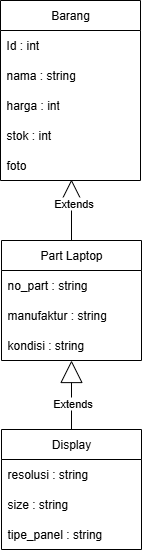
Before: Diagram_TP2DPBO.png, a diagram exported from draw.io (Shinbazakura/TP2DPBO2425C1). Source tidied: cells renumbered, new cells last; positions are measured from the earlier drawing's top-left corner, leaving out a move shared by most shapes. Source of this version:
```xml
<mxGraphModel>
  <root>
    <mxCell id="0" />
    <mxCell id="1" parent="0" />
    <mxCell id="2" value="Barang" style="swimlane;fontStyle=0;horizontal=1;startSize=30;whiteSpace=wrap;html=1;" parent="1" vertex="1">
      <mxGeometry width="140" height="180" as="geometry" />
    </mxCell>
    <mxCell id="3" value="Id : int" style="text;strokeColor=none;fillColor=none;align=left;verticalAlign=middle;spacingLeft=4;spacingRight=4;overflow=hidden;whiteSpace=wrap;html=1;" parent="2" vertex="1">
      <mxGeometry y="30" width="140" height="30" as="geometry" />
    </mxCell>
    <mxCell id="4" value="nama : string" style="text;strokeColor=none;fillColor=none;align=left;verticalAlign=middle;spacingLeft=4;spacingRight=4;overflow=hidden;whiteSpace=wrap;html=1;" parent="2" vertex="1">
      <mxGeometry y="60" width="140" height="30" as="geometry" />
    </mxCell>
    <mxCell id="5" value="h&lt;span style=&quot;background-color: transparent; color: light-dark(rgb(0, 0, 0), rgb(255, 255, 255));&quot;&gt;arga : int&lt;/span&gt;" style="text;strokeColor=none;fillColor=none;align=left;verticalAlign=middle;spacingLeft=4;spacingRight=4;overflow=hidden;whiteSpace=wrap;html=1;" parent="2" vertex="1">
      <mxGeometry y="90" width="140" height="30" as="geometry" />
    </mxCell>
    <mxCell id="6" value="stok : int" style="text;strokeColor=none;fillColor=none;align=left;verticalAlign=middle;spacingLeft=4;spacingRight=4;overflow=hidden;whiteSpace=wrap;html=1;" parent="2" vertex="1">
      <mxGeometry y="120" width="140" height="30" as="geometry" />
    </mxCell>
    <mxCell id="7" value="foto" style="text;strokeColor=none;fillColor=none;align=left;verticalAlign=middle;spacingLeft=4;spacingRight=4;overflow=hidden;points=[[0,0.5],[1,0.5]];portConstraint=eastwest;whiteSpace=wrap;html=1;" parent="2" vertex="1">
      <mxGeometry y="150" width="140" height="30" as="geometry" />
    </mxCell>
    <mxCell id="8" value="Part Laptop" style="swimlane;fontStyle=0;horizontal=1;startSize=30;whiteSpace=wrap;html=1;" parent="1" vertex="1">
      <mxGeometry x="1" y="240" width="140" height="120" as="geometry" />
    </mxCell>
    <mxCell id="9" value="no_part : string" style="text;strokeColor=none;fillColor=none;align=left;verticalAlign=middle;spacingLeft=4;spacingRight=4;overflow=hidden;whiteSpace=wrap;html=1;" parent="8" vertex="1">
      <mxGeometry y="30" width="140" height="30" as="geometry" />
    </mxCell>
    <mxCell id="10" value="manufaktur : string" style="text;strokeColor=none;fillColor=none;align=left;verticalAlign=middle;spacingLeft=4;spacingRight=4;overflow=hidden;whiteSpace=wrap;html=1;" parent="8" vertex="1">
      <mxGeometry y="60" width="140" height="30" as="geometry" />
    </mxCell>
    <mxCell id="11" value="kondisi : string" style="text;strokeColor=none;fillColor=none;align=left;verticalAlign=middle;spacingLeft=4;spacingRight=4;overflow=hidden;points=[[0,0.5],[1,0.5]];portConstraint=eastwest;whiteSpace=wrap;html=1;" parent="8" vertex="1">
      <mxGeometry y="90" width="140" height="30" as="geometry" />
    </mxCell>
    <mxCell id="12" value="Display" style="swimlane;fontStyle=0;horizontal=1;startSize=30;whiteSpace=wrap;html=1;" parent="1" vertex="1">
      <mxGeometry x="1" y="429" width="140" height="120" as="geometry" />
    </mxCell>
    <mxCell id="13" value="resolusi : string" style="text;strokeColor=none;fillColor=none;align=left;verticalAlign=middle;spacingLeft=4;spacingRight=4;overflow=hidden;whiteSpace=wrap;html=1;" parent="12" vertex="1">
      <mxGeometry y="30" width="140" height="30" as="geometry" />
    </mxCell>
    <mxCell id="14" value="size : string" style="text;strokeColor=none;fillColor=none;align=left;verticalAlign=middle;spacingLeft=4;spacingRight=4;overflow=hidden;whiteSpace=wrap;html=1;" parent="12" vertex="1">
      <mxGeometry y="60" width="140" height="30" as="geometry" />
    </mxCell>
    <mxCell id="15" value="tipe_panel : string" style="text;strokeColor=none;fillColor=none;align=left;verticalAlign=middle;spacingLeft=4;spacingRight=4;overflow=hidden;whiteSpace=wrap;html=1;" parent="12" vertex="1">
      <mxGeometry y="90" width="140" height="30" as="geometry" />
    </mxCell>
    <mxCell id="16" style="edgeStyle=orthogonalEdgeStyle;rounded=0;jettySize=auto;html=1;exitX=0.5;exitY=0;exitDx=0;exitDy=0;entryX=0.507;entryY=0.967;entryDx=0;entryDy=0;entryPerimeter=0;endArrow=block;endFill=0;endSize=20;" parent="1" edge="1" source="8" target="7">
      <mxGeometry relative="1" as="geometry" />
    </mxCell>
    <mxCell id="17" value="Extends" style="edgeLabel;html=1;align=center;verticalAlign=middle;" parent="16" vertex="1">
      <mxGeometry x="0.25" y="-1" relative="1" as="geometry" />
    </mxCell>
    <mxCell id="18" style="edgeStyle=orthogonalEdgeStyle;rounded=0;jettySize=auto;html=1;exitX=0.5;exitY=0;exitDx=0;exitDy=0;entryX=0.5;entryY=1;entryDx=0;entryDy=0;entryPerimeter=0;endArrow=block;endFill=0;endSize=20;" parent="1" edge="1" source="12" target="11">
      <mxGeometry relative="1" as="geometry" />
    </mxCell>
    <mxCell id="19" value="Extends" style="edgeLabel;html=1;align=center;verticalAlign=middle;" parent="18" vertex="1">
      <mxGeometry x="0.29" y="4" relative="1" as="geometry">
        <mxPoint x="4" y="18" as="offset" />
      </mxGeometry>
    </mxCell>
  </root>
</mxGraphModel>
```
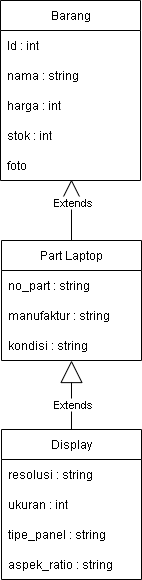
The same file after the commit.

What changed in the source:
```diff
@@ -33,17 +33,20 @@
       <mxGeometry y="90" width="140" height="30" as="geometry" />
     </mxCell>
     <mxCell id="12" value="Display" style="swimlane;fontStyle=0;horizontal=1;startSize=30;whiteSpace=wrap;html=1;" parent="1" vertex="1">
-      <mxGeometry x="1" y="429" width="140" height="120" as="geometry" />
+      <mxGeometry x="1" y="429" width="140" height="150" as="geometry" />
     </mxCell>
     <mxCell id="13" value="resolusi : string" style="text;strokeColor=none;fillColor=none;align=left;verticalAlign=middle;spacingLeft=4;spacingRight=4;overflow=hidden;whiteSpace=wrap;html=1;" parent="12" vertex="1">
       <mxGeometry y="30" width="140" height="30" as="geometry" />
     </mxCell>
+    <mxCell id="20" value="ukuran : int" style="text;strokeColor=none;fillColor=none;align=left;verticalAlign=middle;spacingLeft=4;spacingRight=4;overflow=hidden;whiteSpace=wrap;html=1;" parent="12" vertex="1">
+      <mxGeometry y="60" width="140" height="30" as="geometry" />
+    </mxCell>
+    <mxCell id="15" value="tipe_panel : string" style="text;strokeColor=none;fillColor=none;align=left;verticalAlign=middle;spacingLeft=4;spacingRight=4;overflow=hidden;whiteSpace=wrap;html=1;" parent="12" vertex="1">
+      <mxGeometry y="90" width="140" height="30" as="geometry" />
+    </mxCell>
-    <mxCell id="14" value="size : string" style="text;strokeColor=none;fillColor=none;align=left;verticalAlign=middle;spacingLeft=4;spacingRight=4;overflow=hidden;whiteSpace=wrap;html=1;" parent="12" vertex="1">
-      <mxGeometry y="60" width="140" height="30" as="geometry" />
+    <mxCell id="14" value="aspek_ratio&lt;span style=&quot;background-color: transparent; color: light-dark(rgb(0, 0, 0), rgb(255, 255, 255));&quot;&gt;&amp;nbsp;: string&lt;/span&gt;" style="text;strokeColor=none;fillColor=none;align=left;verticalAlign=middle;spacingLeft=4;spacingRight=4;overflow=hidden;whiteSpace=wrap;html=1;" parent="12" vertex="1">
+      <mxGeometry y="120" width="140" height="30" as="geometry" />
     </mxCell>
-    <mxCell id="15" value="tipe_panel : string" style="text;strokeColor=none;fillColor=none;align=left;verticalAlign=middle;spacingLeft=4;spacingRight=4;overflow=hidden;whiteSpace=wrap;html=1;" parent="12" vertex="1">
-      <mxGeometry y="90" width="140" height="30" as="geometry" />
-    </mxCell>
     <mxCell id="16" style="edgeStyle=orthogonalEdgeStyle;rounded=0;jettySize=auto;html=1;exitX=0.5;exitY=0;exitDx=0;exitDy=0;entryX=0.507;entryY=0.967;entryDx=0;entryDy=0;entryPerimeter=0;endArrow=block;endFill=0;endSize=20;" parent="1" edge="1" source="8" target="7">
       <mxGeometry relative="1" as="geometry" />
     </mxCell>
```
